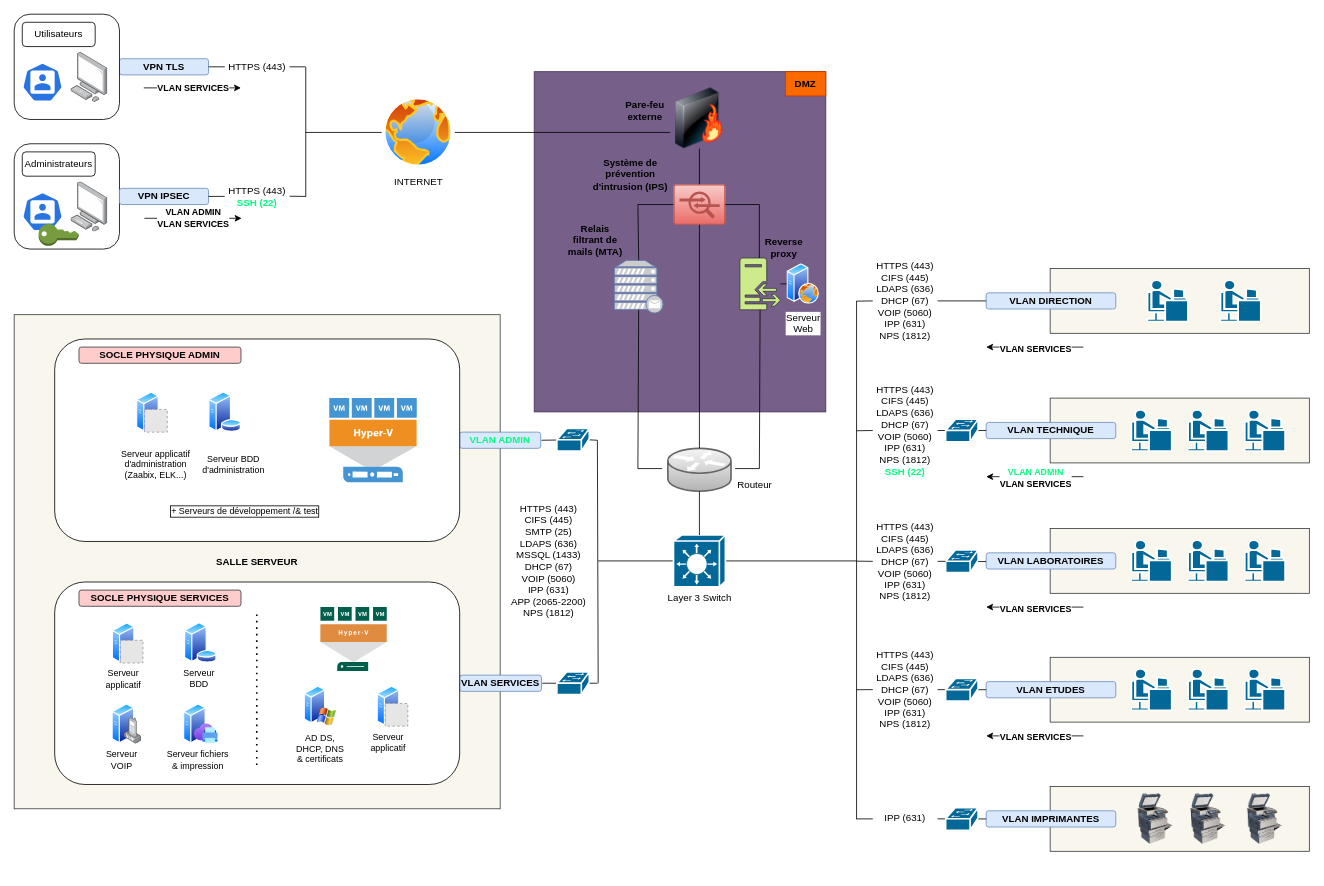
Before: p11.drawio in ecto-w/openclassrooms_ASR, a draw.io diagram. Source tidied: cells renumbered, new cells numbered last; positions are measured from the earlier drawing's top-left corner, leaving out a move shared by most shapes. Both pictures are drawn from the tidied source at 81%, with x=0, y=0 at pixel (14, 14). Pictures stored in the file or linked from it are replaced by grey dashed boxes.
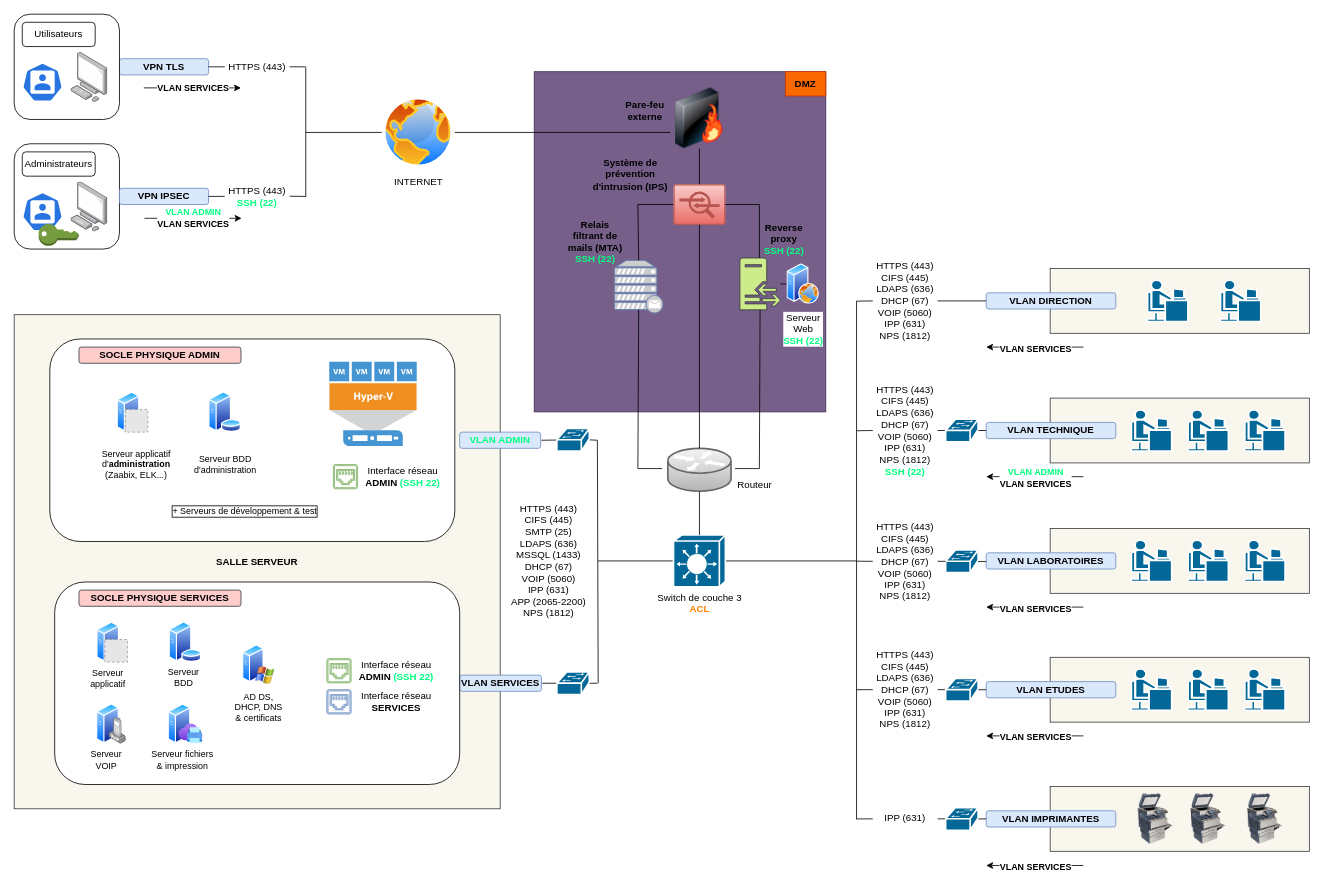
The same diagram, later.

Unchanged cells that the change refers to:
```xml
<mxCell id="149" style="endArrow=classic;html=1;rounded=0;" parent="1" edge="1">
  <mxGeometry relative="1" as="geometry">
    <mxPoint x="160.8" y="252" as="sourcePoint" />
    <mxPoint x="280.8" y="252" as="targetPoint" />
  </mxGeometry>
</mxCell>
```

What changed in the source:
```diff
@@
-    <mxCell id="40" style="endArrow=none;dashed=1;html=1;dashPattern=1 3;strokeWidth=2;rounded=0;" parent="1" edge="1">
-      <mxGeometry relative="1" as="geometry">
-        <mxPoint x="299.5" y="741" as="sourcePoint" />
-        <mxPoint x="299.5" y="931" as="targetPoint" />
-      </mxGeometry>
-    </mxCell>
     <mxCell id="41" style="group;fontSize=11;" parent="1" vertex="1">
-      <mxGeometry x="343" y="829" width="70" height="100" as="geometry" />
+      <mxGeometry x="267" y="778" width="70" height="100" as="geometry" />
     </mxCell>
@@
-    <mxCell id="44" style="group;" parent="1" vertex="1">
-      <mxGeometry x="427" y="829" width="70" height="90" as="geometry" />
-    </mxCell>
-    <mxCell id="45" value="Serveur applicatif" style="text;html=1;strokeColor=none;fillColor=none;align=center;verticalAlign=middle;whiteSpace=wrap;rounded=0;fontStyle=0;fontSize=11;" parent="44" vertex="1">
-      <mxGeometry y="55" width="70" height="30" as="geometry" />
-    </mxCell>
-    <mxCell id="46" style="group;" parent="44" vertex="1">
-      <mxGeometry x="21" width="38" height="50" as="geometry" />
-    </mxCell>
-    <mxCell id="47" style="image;perimeter=ellipsePerimeter;html=1;align=center;shadow=0;dashed=0;spacingTop=3;image=img/lib/active_directory/generic_server.svg;" parent="46" vertex="1">
-      <mxGeometry width="28" height="50" as="geometry" />
-    </mxCell>
-    <mxCell id="48" style="fillColor=#E6E6E6;strokeColor=#999999;dashed=1;html=1;verticalAlign=top;verticalLabelPosition=bottom;labelBackgroundColor=#ffffff;" parent="46" vertex="1">
-      <mxGeometry x="10" y="22" width="28" height="28" as="geometry" />
-    </mxCell>
     <mxCell id="49" style="group;" parent="1" vertex="1">
-      <mxGeometry x="100" y="851" width="90" height="85" as="geometry" />
+      <mxGeometry x="81" y="851" width="90" height="85" as="geometry" />
     </mxCell>
@@
     <mxCell id="55" style="group;" parent="1" vertex="1">
-      <mxGeometry x="190" y="851" width="80" height="100" as="geometry" />
+      <mxGeometry x="171" y="851" width="80" height="100" as="geometry" />
     </mxCell>
@@
-    <mxCell id="61" value="&lt;div&gt;Reverse&lt;/div&gt;&lt;div&gt;proxy&lt;/div&gt;" style="text;html=1;strokeColor=none;fillColor=none;align=center;verticalAlign=middle;whiteSpace=wrap;rounded=0;fontStyle=1;" parent="1" vertex="1">
-      <mxGeometry x="920" y="268" width="60.5" height="39.8" as="geometry" />
+    <mxCell id="61" value="&lt;div&gt;Reverse&lt;/div&gt;&lt;div&gt;proxy&lt;/div&gt;&lt;div&gt;&lt;span style=&quot;--darkreader-inline-bgcolor: transparent; background-color: transparent;&quot;&gt;&lt;font style=&quot;--darkreader-inline-color: #1aff8d;&quot; color=&quot;#00ff80&quot;&gt;SSH (22)&lt;/font&gt;&lt;/span&gt;&lt;br&gt;&lt;/div&gt;" style="text;html=1;strokeColor=none;fillColor=none;align=center;verticalAlign=middle;whiteSpace=wrap;rounded=0;fontStyle=1;" parent="1" vertex="1">
+      <mxGeometry x="920" y="255" width="60.5" height="46.8" as="geometry" />
     </mxCell>
@@
     <mxCell id="95" style="rounded=1;whiteSpace=wrap;html=1;align=center;" parent="1" vertex="1">
-      <mxGeometry x="50" y="401" width="500" height="250" as="geometry" />
+      <mxGeometry x="44" y="401" width="500" height="250" as="geometry" />
     </mxCell>
@@
     <mxCell id="97" style="shadow=0;dashed=0;html=1;strokeColor=none;fillColor=#4495D1;labelPosition=center;verticalLabelPosition=bottom;verticalAlign=top;align=center;shape=mxgraph.veeam.hyper_v_host;" parent="1" vertex="1">
-      <mxGeometry x="389" y="474" width="108" height="104" as="geometry" />
+      <mxGeometry x="389" y="429" width="108" height="104" as="geometry" />
     </mxCell>
-    <mxCell id="98" style="sketch=0;shadow=0;dashed=0;html=1;strokeColor=none;fillColor=#005F4B;labelPosition=center;verticalLabelPosition=bottom;verticalAlign=top;align=center;shape=mxgraph.veeam2.hyper_v_host;" parent="1" vertex="1">
-      <mxGeometry x="378" y="732" width="82" height="79" as="geometry" />
-    </mxCell>
     <mxCell id="99" style="group;" parent="1" vertex="1">
-      <mxGeometry x="205.7" y="751" width="45.1" height="78" as="geometry" />
+      <mxGeometry x="186.7" y="750" width="45.1" height="78" as="geometry" />
     </mxCell>
@@
-    <mxCell id="105" value="&lt;div&gt;&lt;span style=&quot;&quot;&gt;Serveur&lt;/span&gt;&lt;/div&gt;&lt;div&gt;&lt;span style=&quot;&quot;&gt;Web&lt;br&gt;&lt;/span&gt;&lt;/div&gt;" style="image;perimeter=ellipsePerimeter;html=1;align=center;shadow=0;dashed=0;spacingTop=3;image=img/lib/active_directory/web_server.svg;" parent="1" vertex="1">
+    <mxCell id="105" value="&lt;div&gt;&lt;span style=&quot;&quot;&gt;Serveur&lt;/span&gt;&lt;/div&gt;&lt;div&gt;&lt;span style=&quot;&quot;&gt;Web&lt;br&gt;&lt;/span&gt;&lt;/div&gt;&lt;div&gt;&lt;font style=&quot;--darkreader-inline-color: #1aff8d;&quot; color=&quot;#00ff80&quot;&gt;&lt;span style=&quot;&quot;&gt;&lt;b&gt;SSH (22)&lt;br&gt;&lt;/b&gt;&lt;/span&gt;&lt;/font&gt;&lt;/div&gt;" style="image;perimeter=ellipsePerimeter;html=1;align=center;shadow=0;dashed=0;spacingTop=3;image=img/lib/active_directory/web_server.svg;" parent="1" vertex="1">
       <mxGeometry x="954" y="308" width="40" height="50" as="geometry" />
     </mxCell>
@@
     <mxCell id="112" style="group;" parent="1" vertex="1">
-      <mxGeometry x="100" y="751" width="70" height="90" as="geometry" />
+      <mxGeometry x="81" y="750" width="70" height="90" as="geometry" />
     </mxCell>
@@
-    <mxCell id="118" value="Relais filtrant de mails (MTA)" style="text;html=1;strokeColor=none;fillColor=none;align=center;verticalAlign=middle;whiteSpace=wrap;rounded=0;fontStyle=1;" parent="1" vertex="1">
-      <mxGeometry x="681" y="260" width="73" height="37" as="geometry" />
+    <mxCell id="118" value="&lt;div&gt;Relais filtrant de mails (MTA)&lt;/div&gt;&lt;div&gt;&lt;font style=&quot;--darkreader-inline-color: #1aff8d;&quot; color=&quot;#00ff80&quot;&gt;SSH (22)&lt;/font&gt;&lt;br&gt;&lt;/div&gt;" style="text;html=1;strokeColor=none;fillColor=none;align=center;verticalAlign=middle;whiteSpace=wrap;rounded=0;fontStyle=1;" parent="1" vertex="1">
+      <mxGeometry x="681" y="250" width="73" height="61" as="geometry" />
     </mxCell>
     <mxCell id="119" style="group;" parent="1" vertex="1">
-      <mxGeometry x="130" y="466" width="90" height="100" as="geometry" />
+      <mxGeometry x="106" y="466" width="90" height="100" as="geometry" />
     </mxCell>
@@
-    <mxCell id="130" value="Layer 3 Switch " style="shape=mxgraph.cisco.switches.layer_3_switch;sketch=0;html=1;dashed=0;fillColor=#036897;strokeColor=#ffffff;strokeWidth=2;verticalLabelPosition=bottom;verticalAlign=top;align=center;outlineConnect=0;" parent="1" vertex="1">
+    <mxCell id="130" value="&lt;div&gt;Switch de couche 3&lt;br&gt;&lt;/div&gt;&lt;div&gt;&lt;b&gt;&lt;font style=&quot;--darkreader-inline-color: #ff8d1a;&quot; color=&quot;#ff8000&quot;&gt;ACL&lt;/font&gt;&lt;/b&gt;&lt;br&gt; &lt;/div&gt;" style="shape=mxgraph.cisco.switches.layer_3_switch;sketch=0;html=1;dashed=0;fillColor=#036897;strokeColor=#ffffff;strokeWidth=2;verticalLabelPosition=bottom;verticalAlign=top;align=center;outlineConnect=0;" parent="1" vertex="1">
       <mxGeometry x="814" y="643" width="64" height="64" as="geometry" />
     </mxCell>
@@
-    <mxCell id="144" value="+ Serveurs de développement /&amp;amp; test" style="text;html=1;strokeColor=none;fillColor=none;align=center;verticalAlign=middle;whiteSpace=wrap;rounded=0;fontStyle=0;fontSize=11;labelBorderColor=default;" parent="1" vertex="1">
+    <mxCell id="144" value="+ Serveurs de développement &amp;amp; test" style="text;html=1;strokeColor=none;fillColor=none;align=center;verticalAlign=middle;whiteSpace=wrap;rounded=0;fontStyle=0;fontSize=11;labelBorderColor=default;" parent="1" vertex="1">
       <mxGeometry x="190" y="591" width="190" height="45" as="geometry" />
     </mxCell>
-    <mxCell id="145" value="&lt;div&gt;Serveur applicatif&lt;/div&gt;&lt;div&gt;d'administration&lt;br&gt;(Zaabix, ELK...)&lt;br&gt;&lt;/div&gt;" style="text;html=1;strokeColor=none;fillColor=none;align=center;verticalAlign=middle;whiteSpace=wrap;rounded=0;fontStyle=0;fontSize=11;" parent="1" vertex="1">
-      <mxGeometry x="130" y="533" width="90" height="45" as="geometry" />
+    <mxCell id="145" value="&lt;div&gt;Serveur applicatif&lt;/div&gt;&lt;div&gt;d'&lt;b&gt;administration&lt;/b&gt;&lt;br&gt;(Zaabix, ELK...)&lt;br&gt;&lt;/div&gt;" style="text;html=1;strokeColor=none;fillColor=none;align=center;verticalAlign=middle;whiteSpace=wrap;rounded=0;fontStyle=0;fontSize=11;" parent="1" vertex="1">
+      <mxGeometry x="106" y="533" width="90" height="45" as="geometry" />
     </mxCell>
     <mxCell id="146" value="&lt;div&gt;Serveur BDD&lt;/div&gt;&lt;div&gt;&lt;span&gt;d'administration&lt;br&gt;&lt;/span&gt;&lt;/div&gt;" style="text;html=1;strokeColor=none;fillColor=none;align=center;verticalAlign=middle;whiteSpace=wrap;rounded=0;fontStyle=0;fontSize=11;" parent="1" vertex="1">
-      <mxGeometry x="235.7" y="542" width="70" height="28" as="geometry" />
+      <mxGeometry x="218.7" y="542" width="84.3" height="28" as="geometry" />
     </mxCell>
@@
-    <mxCell id="150" value="&lt;div&gt;VLAN ADMIN&lt;/div&gt;&lt;div&gt;VLAN SERVICES&lt;/div&gt;" style="edgeLabel;html=1;align=center;verticalAlign=middle;fontStyle=1;" parent="149" vertex="1">
+    <mxCell id="150" value="&lt;div&gt;&lt;font style=&quot;--darkreader-inline-color: #1aff8d;&quot; color=&quot;#00ff80&quot;&gt;VLAN ADMIN&lt;/font&gt;&lt;/div&gt;&lt;div&gt;VLAN SERVICES&lt;/div&gt;" style="edgeLabel;html=1;align=center;verticalAlign=middle;fontStyle=1;" parent="149" vertex="1">
       <mxGeometry y="1" relative="1" as="geometry" />
     </mxCell>
@@
+    <mxCell id="159" style="endArrow=classic;html=1;rounded=0;" parent="1" edge="1">
+      <mxGeometry relative="1" as="geometry">
+        <mxPoint x="1320" y="1051" as="sourcePoint" />
+        <mxPoint x="1200" y="1051" as="targetPoint" />
+      </mxGeometry>
+    </mxCell>
+    <mxCell id="160" value="VLAN SERVICES" style="edgeLabel;html=1;align=center;verticalAlign=middle;fontStyle=1;" parent="159" vertex="1">
+      <mxGeometry y="1" relative="1" as="geometry" />
+    </mxCell>
+    <mxCell id="161" style="sketch=0;shadow=0;dashed=0;html=1;strokeColor=#82b366;fillColor=#d5e8d4;labelPosition=center;verticalLabelPosition=bottom;verticalAlign=top;align=center;shape=mxgraph.vvd.ethernet_port;" parent="1" vertex="1">
+      <mxGeometry x="394" y="556" width="30" height="30" as="geometry" />
+    </mxCell>
+    <mxCell id="162" value="&lt;div&gt;Interface réseau&lt;/div&gt;&lt;div&gt;&lt;b&gt;ADMIN&lt;/b&gt;&lt;font style=&quot;--darkreader-inline-color: #1aff8d;&quot; color=&quot;#00ff80&quot;&gt; &lt;b&gt;(SSH 22)&lt;/b&gt;&lt;/font&gt;&lt;/div&gt;" style="text;html=1;strokeColor=none;fillColor=none;align=center;verticalAlign=middle;whiteSpace=wrap;rounded=0;fontStyle=0;fontSize=12;" parent="1" vertex="1">
+      <mxGeometry x="430" y="554.9" width="100" height="32.2" as="geometry" />
+    </mxCell>
+    <mxCell id="163" style="sketch=0;shadow=0;dashed=0;html=1;strokeColor=#82b366;fillColor=#d5e8d4;labelPosition=center;verticalLabelPosition=bottom;verticalAlign=top;align=center;shape=mxgraph.vvd.ethernet_port;" parent="1" vertex="1">
+      <mxGeometry x="386" y="795.6" width="30" height="30" as="geometry" />
+    </mxCell>
+    <mxCell id="164" value="&lt;div&gt;Interface réseau&lt;/div&gt;&lt;div&gt;&lt;b&gt;ADMIN&lt;/b&gt;&lt;font style=&quot;--darkreader-inline-color: #1aff8d;&quot; color=&quot;#00ff80&quot;&gt; &lt;b&gt;(SSH 22)&lt;/b&gt;&lt;/font&gt;&lt;br&gt;&lt;/div&gt;" style="text;html=1;strokeColor=none;fillColor=none;align=center;verticalAlign=middle;whiteSpace=wrap;rounded=0;fontStyle=0;fontSize=12;" parent="1" vertex="1">
+      <mxGeometry x="422" y="794.5" width="100" height="32.2" as="geometry" />
+    </mxCell>
+    <mxCell id="165" style="sketch=0;shadow=0;dashed=0;html=1;strokeColor=#6c8ebf;fillColor=#dae8fc;labelPosition=center;verticalLabelPosition=bottom;verticalAlign=top;align=center;shape=mxgraph.vvd.ethernet_port;" parent="1" vertex="1">
+      <mxGeometry x="386" y="834" width="30" height="30" as="geometry" />
+    </mxCell>
+    <mxCell id="166" value="&lt;div&gt;Interface réseau&lt;/div&gt;&lt;div&gt;&lt;b&gt;SERVICES&lt;/b&gt;&lt;br&gt;&lt;/div&gt;" style="text;html=1;strokeColor=none;fillColor=none;align=center;verticalAlign=middle;whiteSpace=wrap;rounded=0;fontStyle=0;fontSize=12;" parent="1" vertex="1">
+      <mxGeometry x="422" y="832.9" width="100" height="32.2" as="geometry" />
+    </mxCell>
```
